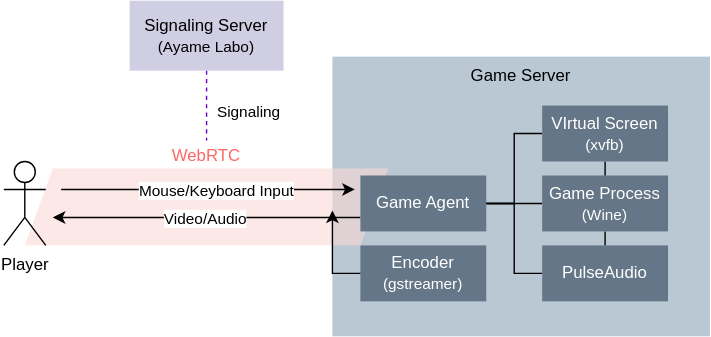
minakawa-daiki/mashimaro keeps this draw.io diagram as docs/gameplaying.drawio.svg. Above is the earlier version. Source tidied: cells renumbered, new cells last; positions are measured from the earlier drawing's top-left corner, leaving out a move shared by most shapes.
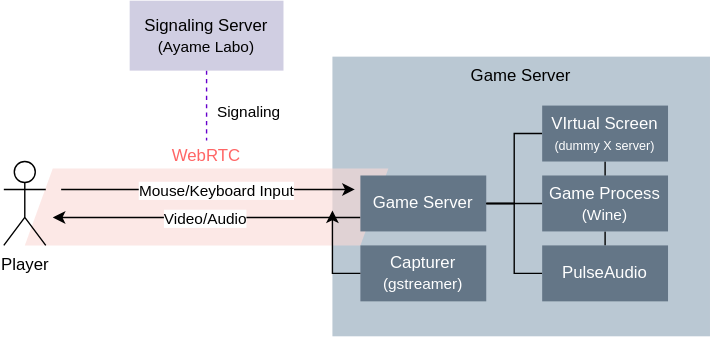
The same diagram one commit later.

The edit, as a diff of the source:
```diff
@@ -35,7 +35,7 @@
     <mxCell id="10" style="edgeStyle=orthogonalEdgeStyle;rounded=0;sketch=0;jettySize=auto;html=1;exitX=1;exitY=0.5;exitDx=0;exitDy=0;entryX=0;entryY=0.5;entryDx=0;entryDy=0;endArrow=none;endFill=0;strokeColor=#000000;fillColor=#A8DADC;fontColor=#000000;" parent="1" edge="1" source="11" target="14">
       <mxGeometry relative="1" as="geometry" />
     </mxCell>
-    <mxCell id="11" value="Game Agent" style="rounded=0;whiteSpace=wrap;html=1;fillColor=#647687;fontColor=#ffffff;strokeColor=none;" parent="1" vertex="1">
+    <mxCell id="11" value="Game Server" style="rounded=0;whiteSpace=wrap;html=1;fillColor=#647687;fontColor=#ffffff;strokeColor=none;" parent="1" vertex="1">
       <mxGeometry x="255" y="125" width="90" height="40" as="geometry" />
     </mxCell>
     <mxCell id="12" style="edgeStyle=orthogonalEdgeStyle;curved=0;rounded=1;sketch=0;jettySize=auto;html=1;exitX=0.5;exitY=1;exitDx=0;exitDy=0;entryX=0.5;entryY=0;entryDx=0;entryDy=0;endArrow=none;endFill=0;strokeColor=#000000;fillColor=#A8DADC;fontColor=#000000;" parent="1" edge="1" source="13" target="14">
@@ -53,7 +53,7 @@
     <mxCell id="16" style="edgeStyle=orthogonalEdgeStyle;rounded=0;sketch=0;jettySize=auto;html=1;exitX=0;exitY=0.5;exitDx=0;exitDy=0;entryX=1;entryY=0.5;entryDx=0;entryDy=0;endArrow=none;endFill=0;fillColor=#A8DADC;fontColor=#000000;strokeColor=#000000;" parent="1" edge="1" source="17" target="11">
       <mxGeometry relative="1" as="geometry" />
     </mxCell>
-    <mxCell id="17" value="VIrtual Screen&lt;br&gt;&lt;font style=&quot;font-size: 11px&quot;&gt;(xvfb)&lt;/font&gt;" style="rounded=0;whiteSpace=wrap;html=1;fillColor=#647687;fontColor=#ffffff;strokeColor=none;" parent="1" vertex="1">
+    <mxCell id="17" value="VIrtual Screen&lt;br&gt;&lt;font style=&quot;font-size: 9px&quot;&gt;(dummy X server)&lt;/font&gt;" style="rounded=0;whiteSpace=wrap;html=1;fillColor=#647687;fontColor=#ffffff;strokeColor=none;" parent="1" vertex="1">
       <mxGeometry x="385" y="75" width="90" height="40" as="geometry" />
     </mxCell>
     <mxCell id="18" style="edgeStyle=orthogonalEdgeStyle;rounded=0;orthogonalLoop=1;jettySize=auto;html=1;entryX=0;entryY=0.25;entryDx=0;entryDy=0;endArrow=classic;endFill=1;fontColor=#000000;strokeColor=#000000;" parent="1" edge="1">
@@ -67,7 +67,7 @@
         <mxPoint x="-17" as="offset" />
       </mxGeometry>
     </mxCell>
-    <mxCell id="20" value="Encoder&lt;br&gt;&lt;font style=&quot;font-size: 11px&quot;&gt;(gstreamer)&lt;/font&gt;" style="rounded=0;whiteSpace=wrap;html=1;fillColor=#647687;fontColor=#ffffff;strokeColor=none;" parent="1" vertex="1">
+    <mxCell id="20" value="Capturer&lt;br&gt;&lt;font style=&quot;font-size: 11px&quot;&gt;(gstreamer)&lt;/font&gt;" style="rounded=0;whiteSpace=wrap;html=1;fillColor=#647687;fontColor=#ffffff;strokeColor=none;" parent="1" vertex="1">
       <mxGeometry x="255" y="175" width="90" height="40" as="geometry" />
     </mxCell>
     <mxCell id="21" style="edgeStyle=orthogonalEdgeStyle;rounded=0;jettySize=auto;html=1;exitX=0;exitY=0.5;exitDx=0;exitDy=0;endArrow=classic;endFill=1;" parent="1" edge="1" source="20">
```
